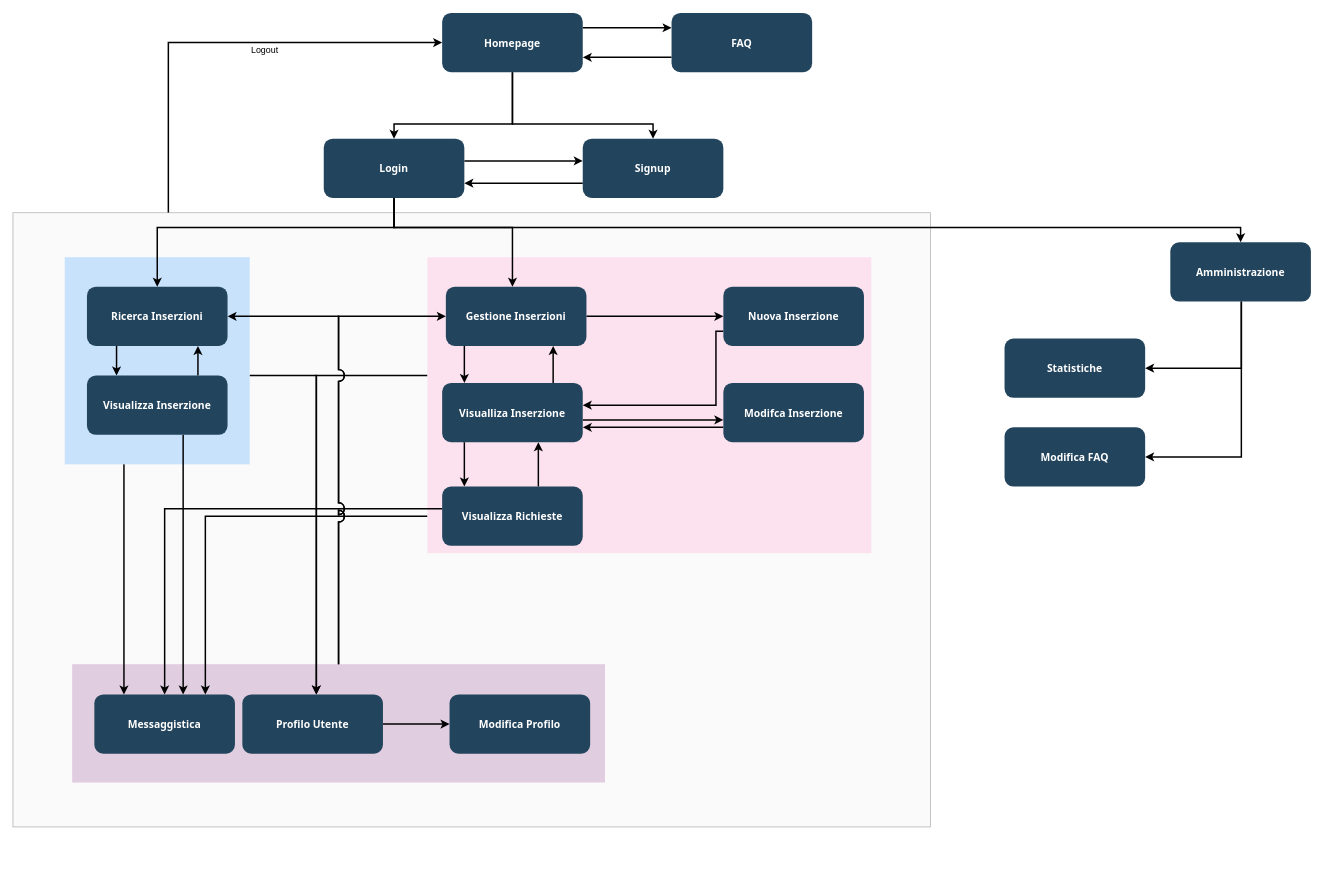
Before: diagrams/sitemap.drawio in begbaj/tecweb, a draw.io diagram. Source tidied: cells renumbered, new cells numbered last; positions are measured from the earlier drawing's top-left corner, leaving out a move shared by most shapes. Both pictures are drawn from the tidied source at 74%, with x=0, y=0 at pixel (13, 13).
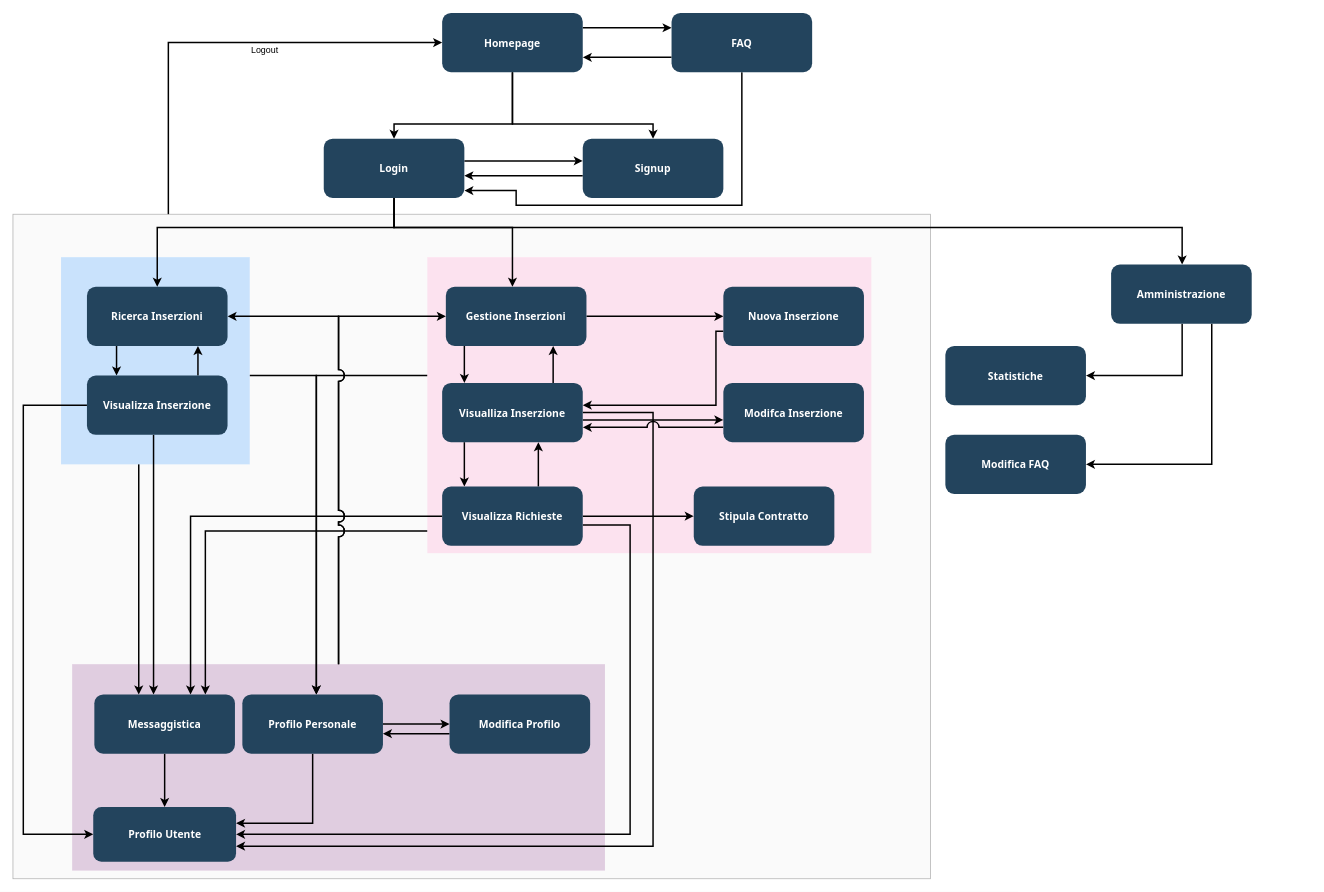
The same diagram, later.

The change refers to these unchanged cells:
```xml
<mxCell id="10" style="rounded=0;whiteSpace=wrap;html=1;fillColor=#FFCCE6;strokeColor=none;opacity=50;" parent="1" vertex="1">
  <mxGeometry x="560" y="330" width="600" height="400" as="geometry" />
</mxCell>
<mxCell id="19" value="Login" style="rounded=1;fillColor=#23445D;gradientColor=none;strokeColor=none;fontColor=#FFFFFF;fontStyle=1;fontFamily=Tahoma;fontSize=14;" parent="1" vertex="1">
  <mxGeometry x="420" y="170" width="190" height="80" as="geometry" />
</mxCell>
<mxCell id="23" value="Signup" style="rounded=1;fillColor=#23445D;gradientColor=none;strokeColor=none;fontColor=#FFFFFF;fontStyle=1;fontFamily=Tahoma;fontSize=14;" parent="1" vertex="1">
  <mxGeometry x="770" y="170" width="190" height="80" as="geometry" />
</mxCell>
<mxCell id="30" value="Modifica Profilo" style="rounded=1;fillColor=#23445D;gradientColor=none;strokeColor=none;fontColor=#FFFFFF;fontStyle=1;fontFamily=Tahoma;fontSize=14;" parent="1" vertex="1">
  <mxGeometry x="590" y="921" width="190" height="80" as="geometry" />
</mxCell>
<mxCell id="35" value="Visualizza Inserzione" style="rounded=1;fillColor=#23445D;gradientColor=none;strokeColor=none;fontColor=#FFFFFF;fontStyle=1;fontFamily=Tahoma;fontSize=14;" parent="1" vertex="1">
  <mxGeometry x="100" y="490" width="190" height="80" as="geometry" />
</mxCell>
<mxCell id="36" value="Messaggistica" style="rounded=1;fillColor=#23445D;gradientColor=none;strokeColor=none;fontColor=#FFFFFF;fontStyle=1;fontFamily=Tahoma;fontSize=14;" parent="1" vertex="1">
  <mxGeometry x="110" y="921" width="190" height="80" as="geometry" />
</mxCell>
<mxCell id="41" value="Visualliza Inserzione" style="rounded=1;fillColor=#23445D;gradientColor=none;strokeColor=none;fontColor=#FFFFFF;fontStyle=1;fontFamily=Tahoma;fontSize=14;" parent="1" vertex="1">
  <mxGeometry x="580" y="500" width="190" height="80" as="geometry" />
</mxCell>
<mxCell id="50" value="Visualizza Richieste" style="rounded=1;fillColor=#23445D;gradientColor=none;strokeColor=none;fontColor=#FFFFFF;fontStyle=1;fontFamily=Tahoma;fontSize=14;" parent="1" vertex="1">
  <mxGeometry x="580" y="640" width="190" height="80" as="geometry" />
</mxCell>
<mxCell id="54" value="FAQ" style="rounded=1;fillColor=#23445D;gradientColor=none;strokeColor=none;fontColor=#FFFFFF;fontStyle=1;fontFamily=Tahoma;fontSize=14;" parent="1" vertex="1">
  <mxGeometry x="890" width="190" height="80" as="geometry" />
</mxCell>
```

Change to the diagram source:
```diff
@@
     <mxCell id="3" style="rounded=0;whiteSpace=wrap;html=1;fillColor=#f5f5f5;opacity=50;fontColor=#333333;strokeColor=#666666;" parent="1" vertex="1">
-      <mxGeometry y="270" width="1240" height="830" as="geometry" />
+      <mxGeometry y="272" width="1240" height="898" as="geometry" />
     </mxCell>
     <mxCell id="4" style="rounded=0;whiteSpace=wrap;html=1;fillColor=#c8a2c8;strokeColor=none;opacity=50;" parent="1" vertex="1">
-      <mxGeometry x="80" y="880" width="720" height="160" as="geometry" />
+      <mxGeometry x="80" y="880" width="720" height="279" as="geometry" />
     </mxCell>
@@
     <mxCell id="6" style="edgeStyle=orthogonalEdgeStyle;rounded=0;jettySize=auto;html=1;targetPerimeterSpacing=0;strokeWidth=2;" parent="1" edge="1" source="7" target="36">
       <mxGeometry relative="1" as="geometry">
         <Array as="points">
-          <mxPoint x="150" y="800" />
-          <mxPoint x="150" y="800" />
+          <mxPoint x="170" y="770" />
+          <mxPoint x="170" y="770" />
         </Array>
       </mxGeometry>
     </mxCell>
     <mxCell id="7" style="rounded=0;whiteSpace=wrap;html=1;fillColor=#99CCFF;strokeColor=none;opacity=50;" parent="1" vertex="1">
-      <mxGeometry x="70" y="330" width="250" height="280" as="geometry" />
+      <mxGeometry x="65" y="330" width="255" height="280" as="geometry" />
     </mxCell>
@@
     <mxCell id="9" style="edgeStyle=orthogonalEdgeStyle;rounded=0;jettySize=auto;html=1;targetPerimeterSpacing=0;strokeWidth=2;" parent="1" edge="1" source="10" target="36">
       <mxGeometry relative="1" as="geometry">
         <Array as="points">
-          <mxPoint x="780" y="680" />
-          <mxPoint x="260" y="680" />
+          <mxPoint x="260" y="700" />
         </Array>
       </mxGeometry>
     </mxCell>
@@
     <mxCell id="18" style="edgeStyle=orthogonalEdgeStyle;rounded=0;jettySize=auto;html=1;targetPerimeterSpacing=0;strokeWidth=2;" parent="1" edge="1" source="19" target="29">
       <mxGeometry relative="1" as="geometry">
         <Array as="points">
           <mxPoint x="515" y="290" />
-          <mxPoint x="1659" y="290" />
+          <mxPoint x="1580" y="290" />
         </Array>
       </mxGeometry>
     </mxCell>
@@
     <mxCell id="22" style="edgeStyle=orthogonalEdgeStyle;rounded=0;jettySize=auto;html=1;targetPerimeterSpacing=0;strokeWidth=2;" parent="1" edge="1" source="23" target="19">
       <mxGeometry relative="1" as="geometry">
         <Array as="points">
-          <mxPoint x="690" y="230" />
-          <mxPoint x="690" y="230" />
+          <mxPoint x="690" y="220" />
+          <mxPoint x="690" y="220" />
         </Array>
       </mxGeometry>
     </mxCell>
@@
     <mxCell id="27" style="edgeStyle=orthogonalEdgeStyle;rounded=0;jumpStyle=arc;jumpSize=14;jettySize=auto;html=1;targetPerimeterSpacing=0;strokeWidth=2;" parent="1" edge="1" source="29" target="51">
       <mxGeometry relative="1" as="geometry">
         <Array as="points">
-          <mxPoint x="1660" y="480" />
+          <mxPoint x="1580" y="490" />
         </Array>
       </mxGeometry>
     </mxCell>
     <mxCell id="28" style="edgeStyle=orthogonalEdgeStyle;rounded=0;jumpStyle=arc;jumpSize=14;jettySize=auto;html=1;targetPerimeterSpacing=0;strokeWidth=2;" parent="1" edge="1" source="29" target="52">
       <mxGeometry relative="1" as="geometry">
         <Array as="points">
-          <mxPoint x="1660" y="600" />
+          <mxPoint x="1620" y="610" />
         </Array>
       </mxGeometry>
     </mxCell>
     <mxCell id="29" value="Amministrazione" style="rounded=1;fillColor=#23445D;gradientColor=none;strokeColor=none;fontColor=#FFFFFF;fontStyle=1;fontFamily=Tahoma;fontSize=14;" parent="1" vertex="1">
-      <mxGeometry x="1564" y="310" width="190" height="80" as="geometry" />
+      <mxGeometry x="1484" y="340" width="190" height="80" as="geometry" />
     </mxCell>
+    <mxCell id="55" style="edgeStyle=orthogonalEdgeStyle;rounded=0;jettySize=auto;html=1;strokeWidth=2;" parent="1" edge="1" source="30" target="32">
+      <mxGeometry relative="1" as="geometry">
+        <Array as="points">
+          <mxPoint x="550" y="974" />
+          <mxPoint x="550" y="974" />
+        </Array>
+      </mxGeometry>
+    </mxCell>
@@
+    <mxCell id="56" style="edgeStyle=orthogonalEdgeStyle;rounded=0;jettySize=auto;html=1;strokeWidth=2;" parent="1" edge="1" source="32" target="63">
+      <mxGeometry relative="1" as="geometry">
+        <Array as="points">
+          <mxPoint x="405" y="1095" />
+        </Array>
+      </mxGeometry>
+    </mxCell>
-    <mxCell id="32" value="Profilo Utente" style="rounded=1;fillColor=#23445D;gradientColor=none;strokeColor=none;fontColor=#FFFFFF;fontStyle=1;fontFamily=Tahoma;fontSize=14;" parent="1" vertex="1">
+    <mxCell id="32" value="Profilo Personale" style="rounded=1;fillColor=#23445D;gradientColor=none;strokeColor=none;fontColor=#FFFFFF;fontStyle=1;fontFamily=Tahoma;fontSize=14;" parent="1" vertex="1">
       <mxGeometry x="310" y="921" width="190" height="80" as="geometry" />
     </mxCell>
     <mxCell id="33" style="edgeStyle=orthogonalEdgeStyle;rounded=0;jettySize=auto;html=1;targetPerimeterSpacing=0;strokeWidth=2;" parent="1" edge="1" source="35" target="36">
       <mxGeometry relative="1" as="geometry">
         <Array as="points">
-          <mxPoint x="230" y="750" />
-          <mxPoint x="230" y="750" />
+          <mxPoint x="190" y="740" />
+          <mxPoint x="190" y="740" />
         </Array>
       </mxGeometry>
     </mxCell>
@@
+    <mxCell id="57" style="edgeStyle=orthogonalEdgeStyle;rounded=0;jettySize=auto;html=1;strokeWidth=2;" parent="1" edge="1" source="35" target="63">
+      <mxGeometry relative="1" as="geometry">
+        <Array as="points">
+          <mxPoint x="14" y="530" />
+          <mxPoint x="14" y="1110" />
+        </Array>
+      </mxGeometry>
+    </mxCell>
@@
+    <mxCell id="58" style="edgeStyle=orthogonalEdgeStyle;rounded=0;jettySize=auto;html=1;strokeWidth=2;" parent="1" edge="1" source="36" target="63">
+      <mxGeometry relative="1" as="geometry" />
+    </mxCell>
@@
     <mxCell id="37" style="edgeStyle=orthogonalEdgeStyle;rounded=0;jettySize=auto;html=1;targetPerimeterSpacing=0;strokeWidth=2;" parent="1" edge="1" source="50" target="36">
       <mxGeometry relative="1" as="geometry">
         <Array as="points">
-          <mxPoint x="205" y="670" />
+          <mxPoint x="240" y="680" />
         </Array>
       </mxGeometry>
     </mxCell>
@@
+    <mxCell id="59" style="edgeStyle=orthogonalEdgeStyle;rounded=0;jettySize=auto;html=1;strokeWidth=2;" parent="1" edge="1" source="50" target="63">
+      <mxGeometry relative="1" as="geometry">
+        <Array as="points">
+          <mxPoint x="834" y="692" />
+          <mxPoint x="834" y="1110" />
+        </Array>
+      </mxGeometry>
+    </mxCell>
+    <mxCell id="60" style="edgeStyle=orthogonalEdgeStyle;rounded=0;jettySize=auto;html=1;strokeWidth=2;" parent="1" edge="1" source="41" target="63">
+      <mxGeometry relative="1" as="geometry">
+        <Array as="points">
+          <mxPoint x="865" y="540" />
+          <mxPoint x="865" y="1126" />
+        </Array>
+      </mxGeometry>
+    </mxCell>
@@
+    <mxCell id="61" style="edgeStyle=orthogonalEdgeStyle;rounded=0;jettySize=auto;html=1;strokeWidth=2;" parent="1" edge="1" source="50" target="64">
+      <mxGeometry relative="1" as="geometry" />
+    </mxCell>
@@
     <mxCell id="51" value="Statistiche" style="rounded=1;fillColor=#23445D;gradientColor=none;strokeColor=none;fontColor=#FFFFFF;fontStyle=1;fontFamily=Tahoma;fontSize=14;" parent="1" vertex="1">
-      <mxGeometry x="1340" y="440" width="190" height="80" as="geometry" />
+      <mxGeometry x="1260" y="450" width="190" height="80" as="geometry" />
     </mxCell>
     <mxCell id="52" value="Modifica FAQ" style="rounded=1;fillColor=#23445D;gradientColor=none;strokeColor=none;fontColor=#FFFFFF;fontStyle=1;fontFamily=Tahoma;fontSize=14;" parent="1" vertex="1">
-      <mxGeometry x="1340" y="560" width="190" height="80" as="geometry" />
+      <mxGeometry x="1260" y="570" width="190" height="80" as="geometry" />
     </mxCell>
@@
+    <mxCell id="62" style="edgeStyle=orthogonalEdgeStyle;rounded=0;jettySize=auto;html=1;strokeWidth=2;" parent="1" edge="1" source="54" target="19">
+      <mxGeometry relative="1" as="geometry">
+        <Array as="points">
+          <mxPoint x="985" y="260" />
+          <mxPoint x="680" y="260" />
+          <mxPoint x="680" y="240" />
+        </Array>
+      </mxGeometry>
+    </mxCell>
@@
+    <mxCell id="63" value="Profilo Utente" style="whiteSpace=wrap;html=1;fontSize=14;fontFamily=Tahoma;fillColor=#23445D;strokeColor=none;fontColor=#FFFFFF;rounded=1;gradientColor=none;fontStyle=1;" parent="1" vertex="1">
+      <mxGeometry x="108.5" y="1073" width="193" height="74" as="geometry" />
+    </mxCell>
+    <mxCell id="64" value="Stipula Contratto" style="rounded=1;fillColor=#23445D;gradientColor=none;strokeColor=none;fontColor=#FFFFFF;fontStyle=1;fontFamily=Tahoma;fontSize=14;" parent="1" vertex="1">
+      <mxGeometry x="920" y="640" width="190" height="80" as="geometry" />
+    </mxCell>
```
